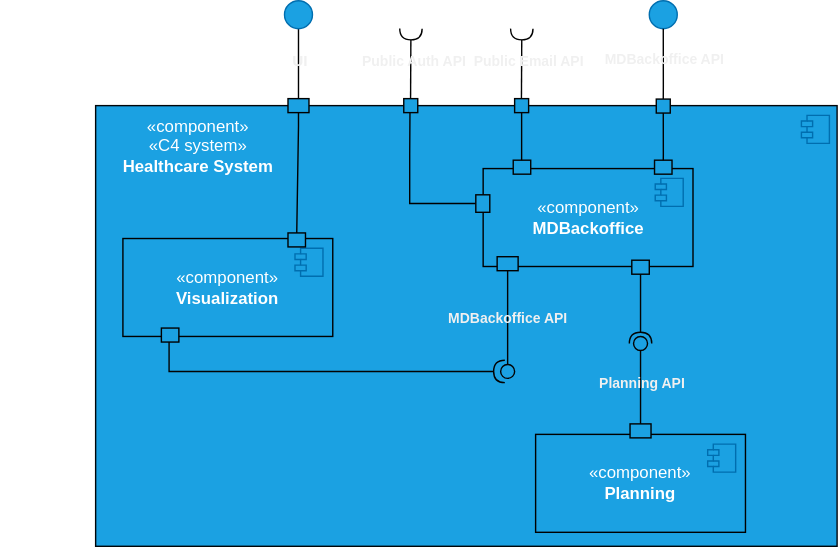
Before: docs/sprint-2/team-decisions/views/logical-view/healthcare_system_vl2.svg, a diagram exported from draw.io (rita-barbosa/LAPR5-2425). Source tidied: cells renumbered, new cells last; positions are measured from the earlier drawing's top-left corner, leaving out a move shared by most shapes. Its diagram source:
```xml
<mxGraphModel>
  <root>
    <mxCell id="0" />
    <mxCell id="1" parent="0" />
    <mxCell id="2" style="html=1;whiteSpace=wrap;fillColor=#1ba1e2;fontColor=#ffffff;strokeColor=#00060A;" parent="1" vertex="1">
      <mxGeometry x="68.5" y="75" width="530" height="315" as="geometry" />
    </mxCell>
    <mxCell id="3" value="&lt;span style=&quot;color: rgb(255, 255, 255);&quot;&gt;«component»&lt;/span&gt;&lt;br style=&quot;color: rgb(255, 255, 255);&quot;&gt;&lt;span style=&quot;color: rgb(255, 255, 255);&quot;&gt;«C4 system»&lt;/span&gt;&lt;br style=&quot;color: rgb(255, 255, 255);&quot;&gt;&lt;b style=&quot;color: rgb(255, 255, 255);&quot;&gt;Healthcare System&lt;/b&gt;" style="text;html=1;align=center;verticalAlign=middle;whiteSpace=wrap;rounded=0;" parent="1" vertex="1">
      <mxGeometry x="66.5" y="81" width="150" height="45" as="geometry" />
    </mxCell>
    <mxCell id="4" style="group;" parent="1" vertex="1">
      <mxGeometry x="345.5" y="110" width="157.5" height="80" as="geometry" />
    </mxCell>
    <mxCell id="5" style="group;" parent="4" vertex="1">
      <mxGeometry width="157.5" height="80" as="geometry" />
    </mxCell>
    <mxCell id="6" value="«component»&lt;br&gt;&lt;b&gt;MDBackoffice&lt;/b&gt;" style="html=1;whiteSpace=wrap;fillColor=#1ba1e2;fontColor=#ffffff;strokeColor=#000000;" parent="5" vertex="1">
      <mxGeometry y="10" width="150" height="70" as="geometry" />
    </mxCell>
    <mxCell id="7" style="shape=module;jettyWidth=8;jettyHeight=4;fillColor=#1ba1e2;fontColor=#ffffff;strokeColor=#006EAF;" parent="6" vertex="1">
      <mxGeometry x="1" width="20" height="20" relative="1" as="geometry">
        <mxPoint x="-27" y="7" as="offset" />
      </mxGeometry>
    </mxCell>
    <mxCell id="8" style="fontStyle=0;labelPosition=right;verticalLabelPosition=middle;align=left;verticalAlign=middle;spacingLeft=2;fillColor=#1BA1E2;strokeColor=#030303;" parent="5" vertex="1">
      <mxGeometry x="122.5" y="4" width="12.5" height="10" as="geometry" />
    </mxCell>
    <mxCell id="9" style="fontStyle=0;labelPosition=right;verticalLabelPosition=middle;align=left;verticalAlign=middle;spacingLeft=2;fillColor=#1BA1E2;strokeColor=#030303;" parent="5" vertex="1">
      <mxGeometry x="21.5" y="4" width="12.5" height="10" as="geometry" />
    </mxCell>
    <mxCell id="10" style="ellipse;whiteSpace=wrap;html=1;align=center;fillColor=none;strokeColor=none;perimeter=centerPerimeter;" parent="1" vertex="1">
      <mxGeometry x="443" y="300" width="10" height="10" as="geometry" />
    </mxCell>
    <mxCell id="11" style="ellipse;whiteSpace=wrap;html=1;align=center;fillColor=none;strokeColor=none;perimeter=centerPerimeter;" parent="1" vertex="1">
      <mxGeometry x="473" y="320" width="10" height="10" as="geometry" />
    </mxCell>
    <mxCell id="12" style="edgeStyle=orthogonalEdgeStyle;rounded=0;jettySize=auto;html=1;entryX=0.5;entryY=0;entryDx=0;entryDy=0;endArrow=none;endFill=0;strokeColor=#000000;exitX=0.5;exitY=1;exitDx=0;exitDy=0;" parent="1" edge="1" source="14" target="16">
      <mxGeometry relative="1" as="geometry">
        <Array as="points">
          <mxPoint x="213" y="30" />
          <mxPoint x="213" y="30" />
        </Array>
      </mxGeometry>
    </mxCell>
    <mxCell id="13" value="&amp;nbsp;UI" style="edgeLabel;html=1;align=center;verticalAlign=middle;labelBackgroundColor=none;fontStyle=1;" parent="12" vertex="1">
      <mxGeometry x="-0.33" y="-1" relative="1" as="geometry">
        <mxPoint y="5" as="offset" />
      </mxGeometry>
    </mxCell>
    <mxCell id="14" style="ellipse;whiteSpace=wrap;html=1;fillColor=#1ba1e2;fontColor=#ffffff;strokeColor=#006EAF;" parent="1" vertex="1">
      <mxGeometry x="203.5" width="20" height="20" as="geometry" />
    </mxCell>
    <mxCell id="15" style="edgeStyle=orthogonalEdgeStyle;rounded=0;jettySize=auto;html=1;exitX=0.5;exitY=1;exitDx=0;exitDy=0;entryX=0.5;entryY=0;entryDx=0;entryDy=0;strokeColor=#000000;endArrow=none;endFill=0;" parent="1" edge="1" source="16" target="24">
      <mxGeometry relative="1" as="geometry">
        <Array as="points">
          <mxPoint x="214" y="90" />
          <mxPoint x="213" y="90" />
          <mxPoint x="213" y="166" />
        </Array>
      </mxGeometry>
    </mxCell>
    <mxCell id="16" style="rounded=0;whiteSpace=wrap;html=1;fillColor=#1ba1e2;fontColor=#ffffff;strokeColor=#000000;" parent="1" vertex="1">
      <mxGeometry x="206" y="70" width="15" height="10" as="geometry" />
    </mxCell>
    <mxCell id="17" style="group;" parent="1" vertex="1">
      <mxGeometry x="88" y="170" width="150" height="80" as="geometry" />
    </mxCell>
    <mxCell id="18" value="«component»&lt;br&gt;&lt;b&gt;Visualization&lt;/b&gt;" style="html=1;whiteSpace=wrap;fillColor=#1ba1e2;fontColor=#ffffff;strokeColor=#000000;" parent="17" vertex="1">
      <mxGeometry width="150" height="70" as="geometry" />
    </mxCell>
    <mxCell id="19" style="shape=module;jettyWidth=8;jettyHeight=4;fillColor=#1ba1e2;fontColor=#ffffff;strokeColor=#006EAF;" parent="18" vertex="1">
      <mxGeometry x="1" width="20" height="20" relative="1" as="geometry">
        <mxPoint x="-27" y="7" as="offset" />
      </mxGeometry>
    </mxCell>
    <mxCell id="20" style="rounded=0;whiteSpace=wrap;html=1;fillColor=#1ba1e2;fontColor=#ffffff;strokeColor=#000000;" parent="17" vertex="1">
      <mxGeometry x="27.5" y="64" width="12.5" height="10" as="geometry" />
    </mxCell>
    <mxCell id="21" style="ellipse;whiteSpace=wrap;html=1;align=center;fillColor=none;strokeColor=none;perimeter=centerPerimeter;" parent="1" vertex="1">
      <mxGeometry x="418" y="30" width="10" height="10" as="geometry" />
    </mxCell>
    <mxCell id="22" style="edgeStyle=orthogonalEdgeStyle;rounded=0;jettySize=auto;html=1;exitX=0.5;exitY=1;exitDx=0;exitDy=0;endArrow=none;endFill=0;strokeColor=#000000;entryX=0.5;entryY=0;entryDx=0;entryDy=0;" parent="1" edge="1" source="28" target="8">
      <mxGeometry relative="1" as="geometry">
        <Array as="points">
          <mxPoint x="474.2" y="110" />
          <mxPoint x="474.2" y="110" />
        </Array>
      </mxGeometry>
    </mxCell>
    <mxCell id="23" style="ellipse;whiteSpace=wrap;html=1;fillColor=#1ba1e2;fontColor=#ffffff;strokeColor=#006EAF;" parent="1" vertex="1">
      <mxGeometry x="464.2" width="20" height="20" as="geometry" />
    </mxCell>
    <mxCell id="24" style="rounded=0;whiteSpace=wrap;html=1;fillColor=#1ba1e2;fontColor=#ffffff;strokeColor=#000000;" parent="1" vertex="1">
      <mxGeometry x="206" y="166" width="12.5" height="10" as="geometry" />
    </mxCell>
    <mxCell id="25" style="rounded=0;whiteSpace=wrap;html=1;fillColor=#1ba1e2;fontColor=#ffffff;strokeColor=#000000;rotation=90;" parent="1" vertex="1">
      <mxGeometry x="358" y="180.5" width="10" height="15" as="geometry" />
    </mxCell>
    <mxCell id="26" style="edgeStyle=orthogonalEdgeStyle;rounded=0;jettySize=auto;html=1;exitX=0.5;exitY=1;exitDx=0;exitDy=0;entryX=0.5;entryY=0;entryDx=0;entryDy=0;endArrow=none;endFill=0;strokeColor=#000000;" parent="1" edge="1" source="23" target="28">
      <mxGeometry relative="1" as="geometry">
        <Array as="points">
          <mxPoint x="474.2" y="60" />
          <mxPoint x="474.2" y="60" />
        </Array>
      </mxGeometry>
    </mxCell>
    <mxCell id="27" value="&lt;b&gt;&lt;font style=&quot;font-size: 10px;&quot;&gt;MDBackoffice API&lt;/font&gt;&lt;/b&gt;" style="edgeLabel;html=1;align=center;verticalAlign=middle;labelBackgroundColor=none;" parent="26" vertex="1">
      <mxGeometry x="-0.89" relative="1" as="geometry">
        <mxPoint y="19" as="offset" />
      </mxGeometry>
    </mxCell>
    <mxCell id="28" style="fontStyle=0;labelPosition=right;verticalLabelPosition=middle;align=left;verticalAlign=middle;spacingLeft=2;fillColor=#1BA1E2;strokeColor=#030303;" parent="1" vertex="1">
      <mxGeometry x="469.2" y="70.3" width="10" height="10" as="geometry" />
    </mxCell>
    <mxCell id="29" style="fontStyle=0;labelPosition=right;verticalLabelPosition=middle;align=left;verticalAlign=middle;spacingLeft=2;fillColor=#1BA1E2;strokeColor=#030303;" parent="1" vertex="1">
      <mxGeometry x="368" y="70" width="10" height="10" as="geometry" />
    </mxCell>
    <mxCell id="30" style="rounded=0;orthogonalLoop=1;jettySize=auto;html=1;endArrow=halfCircle;endFill=0;endSize=6;strokeWidth=1;sketch=0;fontSize=12;curved=1;exitX=0.441;exitY=-0.048;exitDx=0;exitDy=0;exitPerimeter=0;fillColor=#030303;strokeColor=#030303;" parent="1" edge="1">
      <mxGeometry relative="1" as="geometry">
        <mxPoint x="372.9" y="69.5" as="sourcePoint" />
        <mxPoint x="373.1" y="20" as="targetPoint" />
      </mxGeometry>
    </mxCell>
    <mxCell id="31" value="&lt;b&gt;&lt;font style=&quot;font-size: 10px;&quot;&gt;Public Email API&lt;/font&gt;&lt;/b&gt;" style="edgeLabel;html=1;align=center;verticalAlign=middle;labelBackgroundColor=none;" parent="1" vertex="1">
      <mxGeometry x="203" y="92" as="geometry">
        <mxPoint x="174" y="-50" as="offset" />
      </mxGeometry>
    </mxCell>
    <mxCell id="32" style="shape=module;jettyWidth=8;jettyHeight=4;fillColor=#1ba1e2;fontColor=#ffffff;strokeColor=#006EAF;" parent="1" vertex="1">
      <mxGeometry x="573" y="82" width="20" height="20" as="geometry">
        <mxPoint x="-27" y="7" as="offset" />
      </mxGeometry>
    </mxCell>
    <mxCell id="33" style="rounded=0;whiteSpace=wrap;html=1;fillColor=#1ba1e2;fontColor=#ffffff;strokeColor=#000000;" parent="1" vertex="1">
      <mxGeometry x="451.8" y="185.5" width="12.5" height="10" as="geometry" />
    </mxCell>
    <mxCell id="34" style="edgeStyle=orthogonalEdgeStyle;rounded=0;jettySize=auto;html=1;exitX=0.5;exitY=1;exitDx=0;exitDy=0;entryX=0.424;entryY=-0.001;entryDx=0;entryDy=0;endArrow=none;endFill=0;strokeColor=#000000;entryPerimeter=0;" parent="1" edge="1" source="38" target="2">
      <mxGeometry relative="1" as="geometry">
        <Array as="points">
          <mxPoint x="293" y="145" />
          <mxPoint x="293" y="110" />
          <mxPoint x="293" y="110" />
        </Array>
      </mxGeometry>
    </mxCell>
    <mxCell id="35" style="fontStyle=0;labelPosition=right;verticalLabelPosition=middle;align=left;verticalAlign=middle;spacingLeft=2;fillColor=#1BA1E2;strokeColor=#030303;" parent="1" vertex="1">
      <mxGeometry x="288.8" y="70" width="10" height="10" as="geometry" />
    </mxCell>
    <mxCell id="36" style="rounded=0;orthogonalLoop=1;jettySize=auto;html=1;endArrow=halfCircle;endFill=0;endSize=6;strokeWidth=1;sketch=0;fontSize=12;curved=1;exitX=0.441;exitY=-0.048;exitDx=0;exitDy=0;exitPerimeter=0;fillColor=#030303;strokeColor=#030303;" parent="1" edge="1">
      <mxGeometry relative="1" as="geometry">
        <mxPoint x="293.6" y="69.5" as="sourcePoint" />
        <mxPoint x="293.9" y="20" as="targetPoint" />
        <Array as="points">
          <mxPoint x="293.8" y="40" />
        </Array>
      </mxGeometry>
    </mxCell>
    <mxCell id="37" value="&lt;b&gt;&lt;font style=&quot;font-size: 10px;&quot;&gt;Public Auth API&lt;/font&gt;&lt;/b&gt;" style="edgeLabel;html=1;align=center;verticalAlign=middle;labelBackgroundColor=none;" parent="1" vertex="1">
      <mxGeometry y="129" as="geometry">
        <mxPoint x="295" y="-87" as="offset" />
      </mxGeometry>
    </mxCell>
    <mxCell id="38" style="fontStyle=0;labelPosition=right;verticalLabelPosition=middle;align=left;verticalAlign=middle;spacingLeft=2;fillColor=#1BA1E2;strokeColor=#030303;rotation=90;" parent="1" vertex="1">
      <mxGeometry x="339" y="140" width="12.5" height="10" as="geometry" />
    </mxCell>
    <mxCell id="39" style="edgeStyle=orthogonalEdgeStyle;rounded=0;orthogonalLoop=1;jettySize=auto;html=1;exitX=0.5;exitY=1;exitDx=0;exitDy=0;endArrow=none;endFill=0;strokeColor=#000000;entryX=0.5;entryY=0;entryDx=0;entryDy=0;" parent="1" edge="1">
      <mxGeometry relative="1" as="geometry">
        <mxPoint x="373" y="80" as="sourcePoint" />
        <mxPoint x="373" y="114" as="targetPoint" />
        <Array as="points">
          <mxPoint x="373" y="110" />
          <mxPoint x="373" y="110" />
        </Array>
      </mxGeometry>
    </mxCell>
    <mxCell id="40" style="rounded=0;orthogonalLoop=1;jettySize=auto;html=1;endArrow=halfCircle;endFill=0;endSize=6;strokeWidth=1;sketch=0;strokeColor=#030303;" parent="1" edge="1">
      <mxGeometry relative="1" as="geometry">
        <mxPoint x="121" y="244" as="sourcePoint" />
        <mxPoint x="361" y="265" as="targetPoint" />
        <Array as="points">
          <mxPoint x="121" y="265" />
        </Array>
      </mxGeometry>
    </mxCell>
    <mxCell id="41" style="rounded=0;jettySize=auto;html=1;endArrow=oval;endFill=0;sketch=0;sourcePerimeterSpacing=0;targetPerimeterSpacing=0;endSize=10;exitX=1;exitY=0.5;exitDx=0;exitDy=0;strokeColor=#030303;" parent="1" edge="1" source="25" target="42">
      <mxGeometry relative="1" as="geometry" />
    </mxCell>
    <mxCell id="42" style="ellipse;whiteSpace=wrap;html=1;align=center;fillColor=none;strokeColor=none;perimeter=centerPerimeter;points=[];outlineConnect=1;" parent="1" vertex="1">
      <mxGeometry x="358" y="260" width="10" height="10" as="geometry" />
    </mxCell>
    <mxCell id="43" value="«component»&lt;br&gt;&lt;b&gt;Planning&lt;/b&gt;" style="html=1;whiteSpace=wrap;fillColor=#1ba1e2;fontColor=#ffffff;strokeColor=#000000;" parent="1" vertex="1">
      <mxGeometry x="383" y="310" width="150" height="70" as="geometry" />
    </mxCell>
    <mxCell id="44" style="shape=module;jettyWidth=8;jettyHeight=4;fillColor=#1ba1e2;fontColor=#ffffff;strokeColor=#006EAF;" parent="43" vertex="1">
      <mxGeometry x="1" width="20" height="20" relative="1" as="geometry">
        <mxPoint x="-27" y="7" as="offset" />
      </mxGeometry>
    </mxCell>
    <mxCell id="45" style="rounded=0;whiteSpace=wrap;html=1;fillColor=#1ba1e2;fontColor=#ffffff;strokeColor=#000000;rotation=-90;" parent="1" vertex="1">
      <mxGeometry x="453" y="300" width="10" height="15" as="geometry" />
    </mxCell>
    <mxCell id="46" style="rounded=0;jettySize=auto;html=1;endArrow=halfCircle;endFill=0;endSize=6;strokeWidth=1;sketch=0;exitX=0.5;exitY=1;exitDx=0;exitDy=0;strokeColor=#030303;" parent="1" edge="1" source="33" target="48">
      <mxGeometry relative="1" as="geometry" />
    </mxCell>
    <mxCell id="47" style="rounded=0;jettySize=auto;html=1;endArrow=oval;endFill=0;sketch=0;sourcePerimeterSpacing=0;targetPerimeterSpacing=0;endSize=10;exitX=1;exitY=0.5;exitDx=0;exitDy=0;strokeColor=#030303;" parent="1" edge="1" source="45" target="48">
      <mxGeometry relative="1" as="geometry" />
    </mxCell>
    <mxCell id="48" style="ellipse;whiteSpace=wrap;html=1;align=center;fillColor=none;strokeColor=none;perimeter=centerPerimeter;points=[];outlineConnect=1;" parent="1" vertex="1">
      <mxGeometry x="453" y="240" width="10" height="10" as="geometry" />
    </mxCell>
    <mxCell id="49" value="&lt;font style=&quot;font-size: 10px;&quot;&gt;MDBackoffice API&lt;/font&gt;" style="text;align=center;fontStyle=1;verticalAlign=middle;spacingLeft=3;spacingRight=3;strokeColor=none;html=1;" parent="1" vertex="1">
      <mxGeometry x="323" y="214" width="80" height="26" as="geometry" />
    </mxCell>
    <mxCell id="50" value="&lt;font style=&quot;font-size: 10px;&quot;&gt;Planning API&lt;/font&gt;" style="text;align=center;fontStyle=1;verticalAlign=middle;spacingLeft=3;spacingRight=3;strokeColor=none;html=1;" parent="1" vertex="1">
      <mxGeometry x="419" y="260" width="80" height="26" as="geometry" />
    </mxCell>
  </root>
</mxGraphModel>
```
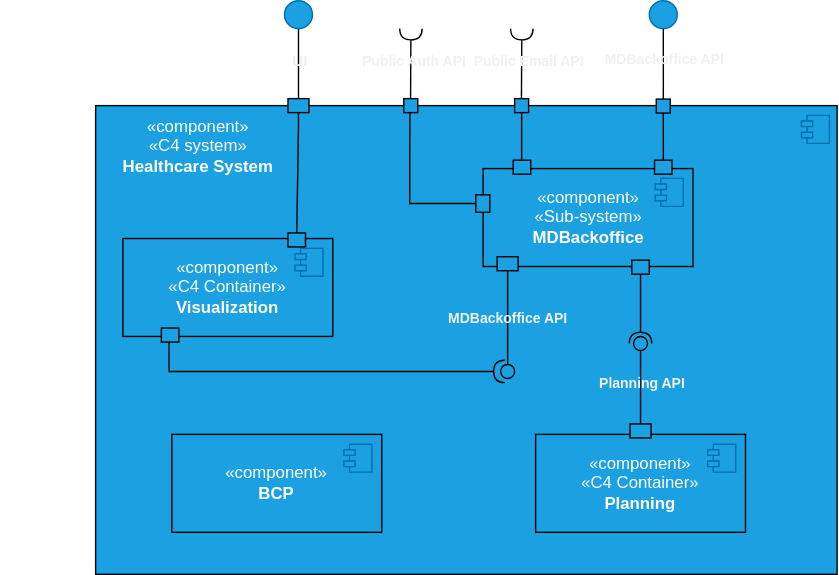
Later version of the same file.

Commit message:
DG38-431 | docs: updates C4 diagrams after clarifications from ARQSI teacher.

What changed in the source:
```diff
@@ -3,7 +3,7 @@
     <mxCell id="0" />
     <mxCell id="1" parent="0" />
     <mxCell id="2" style="html=1;whiteSpace=wrap;fillColor=#1ba1e2;fontColor=#ffffff;strokeColor=#00060A;" parent="1" vertex="1">
-      <mxGeometry x="68.5" y="75" width="530" height="315" as="geometry" />
+      <mxGeometry x="68.5" y="75" width="530" height="335" as="geometry" />
     </mxCell>
     <mxCell id="3" value="&lt;span style=&quot;color: rgb(255, 255, 255);&quot;&gt;«component»&lt;/span&gt;&lt;br style=&quot;color: rgb(255, 255, 255);&quot;&gt;&lt;span style=&quot;color: rgb(255, 255, 255);&quot;&gt;«C4 system»&lt;/span&gt;&lt;br style=&quot;color: rgb(255, 255, 255);&quot;&gt;&lt;b style=&quot;color: rgb(255, 255, 255);&quot;&gt;Healthcare System&lt;/b&gt;" style="text;html=1;align=center;verticalAlign=middle;whiteSpace=wrap;rounded=0;" parent="1" vertex="1">
       <mxGeometry x="66.5" y="81" width="150" height="45" as="geometry" />
@@ -11,10 +11,10 @@
     <mxCell id="4" style="group;" parent="1" vertex="1">
       <mxGeometry x="345.5" y="110" width="157.5" height="80" as="geometry" />
     </mxCell>
-    <mxCell id="5" style="group;" parent="4" vertex="1">
+    <mxCell id="5" style="group;" parent="x" vertex="1">
       <mxGeometry width="157.5" height="80" as="geometry" />
     </mxCell>
-    <mxCell id="6" value="«component»&lt;br&gt;&lt;b&gt;MDBackoffice&lt;/b&gt;" style="html=1;whiteSpace=wrap;fillColor=#1ba1e2;fontColor=#ffffff;strokeColor=#000000;" parent="5" vertex="1">
+    <mxCell id="6" value="«component»&lt;div&gt;«Sub-system»&lt;br&gt;&lt;b&gt;MDBackoffice&lt;/b&gt;&lt;/div&gt;" style="html=1;whiteSpace=wrap;fillColor=#1ba1e2;fontColor=#ffffff;strokeColor=#000000;" parent="5" vertex="1">
       <mxGeometry y="10" width="150" height="70" as="geometry" />
     </mxCell>
     <mxCell id="7" style="shape=module;jettyWidth=8;jettyHeight=4;fillColor=#1ba1e2;fontColor=#ffffff;strokeColor=#006EAF;" parent="6" vertex="1">
@@ -65,7 +65,7 @@
     <mxCell id="17" style="group;" parent="1" vertex="1">
       <mxGeometry x="88" y="170" width="150" height="80" as="geometry" />
     </mxCell>
-    <mxCell id="18" value="«component»&lt;br&gt;&lt;b&gt;Visualization&lt;/b&gt;" style="html=1;whiteSpace=wrap;fillColor=#1ba1e2;fontColor=#ffffff;strokeColor=#000000;" parent="17" vertex="1">
+    <mxCell id="18" value="«component»&lt;div&gt;«C4 Container»&lt;br&gt;&lt;b&gt;Visualization&lt;/b&gt;&lt;/div&gt;" style="html=1;whiteSpace=wrap;fillColor=#1ba1e2;fontColor=#ffffff;strokeColor=#000000;" parent="17" vertex="1">
       <mxGeometry width="150" height="70" as="geometry" />
     </mxCell>
     <mxCell id="19" style="shape=module;jettyWidth=8;jettyHeight=4;fillColor=#1ba1e2;fontColor=#ffffff;strokeColor=#006EAF;" parent="18" vertex="1">
@@ -188,7 +188,7 @@
     <mxCell id="42" style="ellipse;whiteSpace=wrap;html=1;align=center;fillColor=none;strokeColor=none;perimeter=centerPerimeter;points=[];outlineConnect=1;" parent="1" vertex="1">
       <mxGeometry x="358" y="260" width="10" height="10" as="geometry" />
     </mxCell>
-    <mxCell id="43" value="«component»&lt;br&gt;&lt;b&gt;Planning&lt;/b&gt;" style="html=1;whiteSpace=wrap;fillColor=#1ba1e2;fontColor=#ffffff;strokeColor=#000000;" parent="1" vertex="1">
+    <mxCell id="43" value="«component»&lt;div&gt;«C4 Container»&lt;br&gt;&lt;b&gt;Planning&lt;/b&gt;&lt;/div&gt;" style="html=1;whiteSpace=wrap;fillColor=#1ba1e2;fontColor=#ffffff;strokeColor=#000000;" parent="1" vertex="1">
       <mxGeometry x="383" y="310" width="150" height="70" as="geometry" />
     </mxCell>
     <mxCell id="44" style="shape=module;jettyWidth=8;jettyHeight=4;fillColor=#1ba1e2;fontColor=#ffffff;strokeColor=#006EAF;" parent="43" vertex="1">
@@ -214,5 +214,13 @@
     <mxCell id="50" value="&lt;font style=&quot;font-size: 10px;&quot;&gt;Planning API&lt;/font&gt;" style="text;align=center;fontStyle=1;verticalAlign=middle;spacingLeft=3;spacingRight=3;strokeColor=none;html=1;" parent="1" vertex="1">
       <mxGeometry x="419" y="260" width="80" height="26" as="geometry" />
     </mxCell>
+    <mxCell id="51" value="«component»&lt;br&gt;&lt;b&gt;BCP&lt;/b&gt;" style="html=1;whiteSpace=wrap;fillColor=#1ba1e2;fontColor=#ffffff;strokeColor=#000000;" parent="1" vertex="1">
+      <mxGeometry x="123" y="310" width="150" height="70" as="geometry" />
+    </mxCell>
+    <mxCell id="52" style="shape=module;jettyWidth=8;jettyHeight=4;fillColor=#1ba1e2;fontColor=#ffffff;strokeColor=#006EAF;" parent="51" vertex="1">
+      <mxGeometry x="1" width="20" height="20" relative="1" as="geometry">
+        <mxPoint x="-27" y="7" as="offset" />
+      </mxGeometry>
+    </mxCell>
   </root>
 </mxGraphModel>
```
